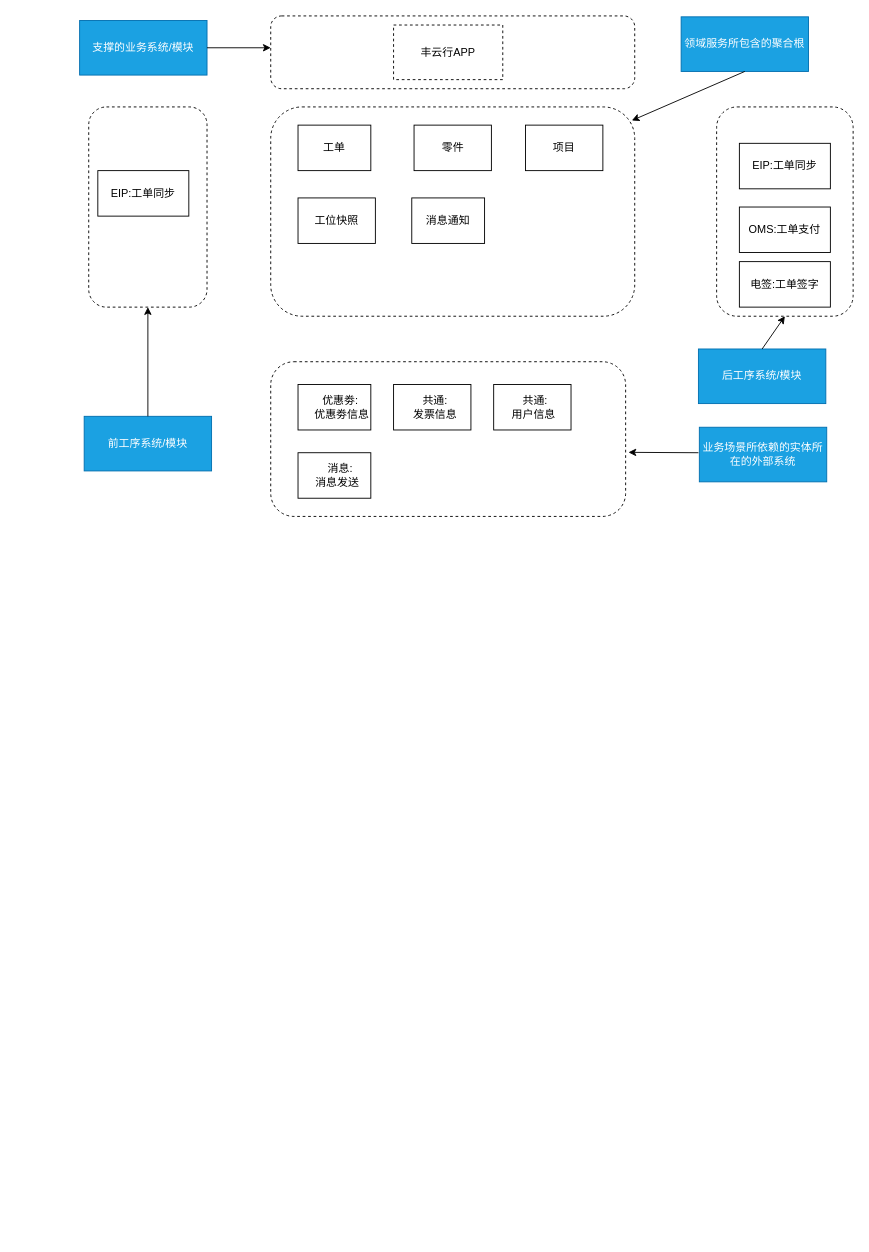
This is Untitled Diagram.drawio from chenyong88/advanced-java, a draw.io file, before an edit. Source tidied: cells renumbered, new cells numbered last; positions are measured from the earlier drawing's top-left corner, leaving out a move shared by most shapes. Both pictures are drawn from the tidied source at 91%, with x=0, y=0 at pixel (79, 15).
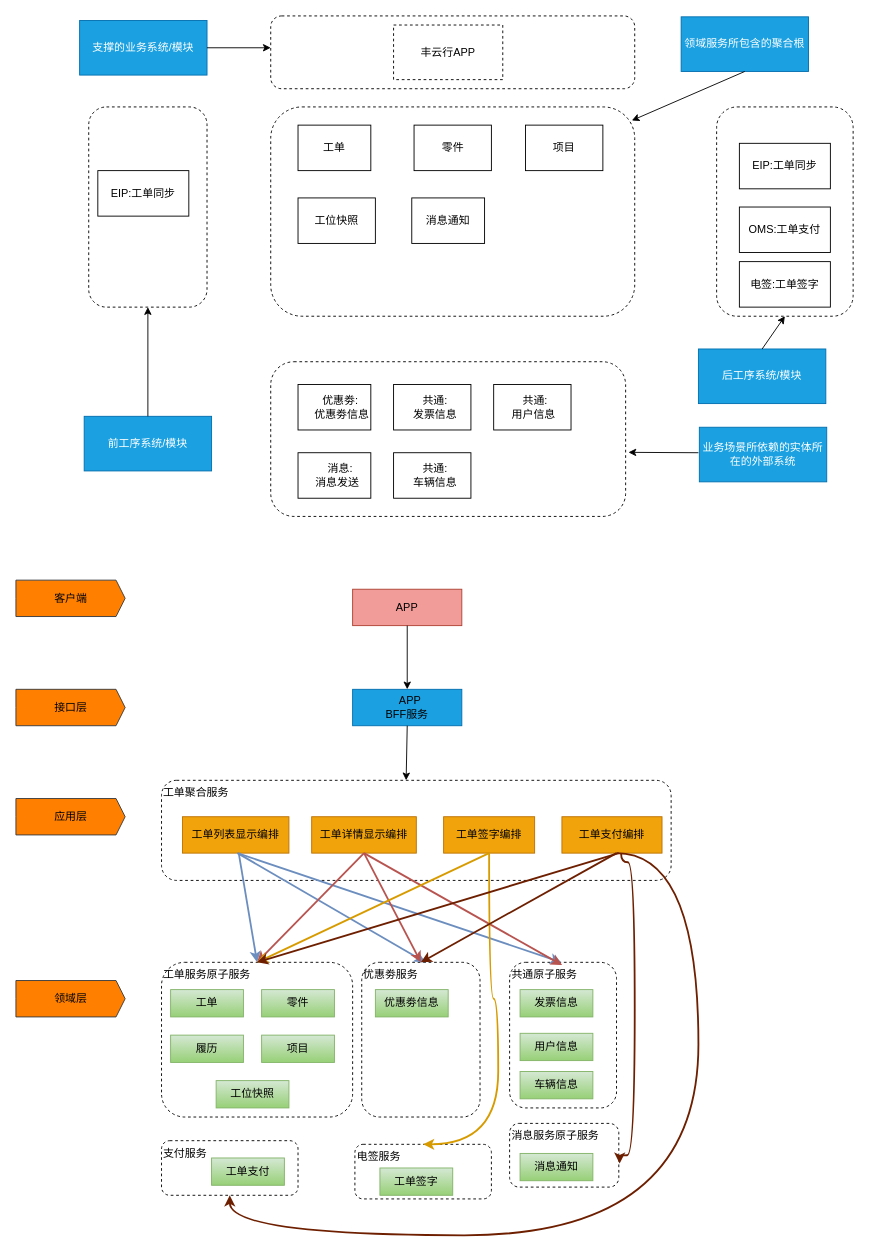
The same diagram, later.

Diff of the diagram source:
```diff
@@
+    <mxCell id="32" value="客户端" style="html=1;shadow=0;dashed=0;align=center;verticalAlign=middle;shape=mxgraph.arrows2.arrow;dy=0;dx=10;notch=0;fillColor=#FF8000;strokeColor=#36393d;" parent="1" vertex="1">
+      <mxGeometry x="-70" y="620" width="120" height="40" as="geometry" />
+    </mxCell>
+    <mxCell id="33" value="接口层" style="html=1;shadow=0;dashed=0;align=center;verticalAlign=middle;shape=mxgraph.arrows2.arrow;dy=0;dx=10;notch=0;fillColor=#FF8000;strokeColor=#36393d;" parent="1" vertex="1">
+      <mxGeometry x="-70" y="740" width="120" height="40" as="geometry" />
+    </mxCell>
+    <mxCell id="34" value="应用层" style="html=1;shadow=0;dashed=0;align=center;verticalAlign=middle;shape=mxgraph.arrows2.arrow;dy=0;dx=10;notch=0;fillColor=#FF8000;strokeColor=#36393d;" parent="1" vertex="1">
+      <mxGeometry x="-70" y="860" width="120" height="40" as="geometry" />
+    </mxCell>
+    <mxCell id="35" value="领域层" style="html=1;shadow=0;dashed=0;align=center;verticalAlign=middle;shape=mxgraph.arrows2.arrow;dy=0;dx=10;notch=0;fillColor=#FF8000;strokeColor=#36393d;" parent="1" vertex="1">
+      <mxGeometry x="-70" y="1060" width="120" height="40" as="geometry" />
+    </mxCell>
+    <mxCell id="36" value="APP" style="rounded=0;whiteSpace=wrap;html=1;fillColor=#F19C99;strokeColor=#ae4132;" parent="1" vertex="1">
+      <mxGeometry x="300" y="630" width="120" height="40" as="geometry" />
+    </mxCell>
+    <mxCell id="37" value="&lt;font color=&quot;#000000&quot;&gt;&amp;nbsp; &amp;nbsp; &amp;nbsp; &amp;nbsp; &amp;nbsp; &amp;nbsp; &amp;nbsp; &amp;nbsp;APP&amp;nbsp; &amp;nbsp; &amp;nbsp; &amp;nbsp; &amp;nbsp; &amp;nbsp; &amp;nbsp; BFF服务&lt;/font&gt;" style="rounded=0;whiteSpace=wrap;html=1;fillColor=#1ba1e2;strokeColor=#006EAF;fontColor=#ffffff;" parent="1" vertex="1">
+      <mxGeometry x="300" y="740" width="120" height="40" as="geometry" />
+    </mxCell>
+    <mxCell id="38" value="工单聚合服务" style="rounded=1;whiteSpace=wrap;html=1;fontColor=#000000;fillColor=#FFFFFF;align=left;verticalAlign=top;dashed=1;" parent="1" vertex="1">
+      <mxGeometry x="90" y="840" width="560" height="110" as="geometry" />
+    </mxCell>
+    <mxCell id="39" value="工单列表显示编排" style="rounded=0;whiteSpace=wrap;html=1;fillColor=#f0a30a;strokeColor=#BD7000;fontColor=#000000;" parent="1" vertex="1">
+      <mxGeometry x="113" y="880" width="117" height="40" as="geometry" />
+    </mxCell>
+    <mxCell id="40" value="工单服务原子服务" style="rounded=1;whiteSpace=wrap;html=1;fontColor=#000000;fillColor=#FFFFFF;align=left;verticalAlign=top;dashed=1;" parent="1" vertex="1">
+      <mxGeometry x="90" y="1040" width="210" height="170" as="geometry" />
+    </mxCell>
+    <mxCell id="41" style="endArrow=classic;html=1;rounded=0;fontColor=#000000;exitX=0.5;exitY=1;exitDx=0;exitDy=0;entryX=0.5;entryY=0;entryDx=0;entryDy=0;" parent="1" edge="1" source="36" target="37">
+      <mxGeometry relative="1" as="geometry" />
+    </mxCell>
+    <mxCell id="42" style="endArrow=classic;html=1;rounded=0;fontColor=#000000;exitX=0.5;exitY=1;exitDx=0;exitDy=0;entryX=0.48;entryY=0;entryDx=0;entryDy=0;entryPerimeter=0;" parent="1" edge="1" source="37" target="38">
+      <mxGeometry relative="1" as="geometry" />
+    </mxCell>
+    <mxCell id="43" value="工单" style="rounded=0;whiteSpace=wrap;html=1;fillColor=#d5e8d4;gradientColor=#97d077;strokeColor=#82b366;" parent="1" vertex="1">
+      <mxGeometry x="100" y="1070" width="80" height="30" as="geometry" />
+    </mxCell>
+    <mxCell id="44" value="履历" style="rounded=0;whiteSpace=wrap;html=1;fillColor=#d5e8d4;gradientColor=#97d077;strokeColor=#82b366;" parent="1" vertex="1">
+      <mxGeometry x="100" y="1120" width="80" height="30" as="geometry" />
+    </mxCell>
+    <mxCell id="45" value="零件" style="rounded=0;whiteSpace=wrap;html=1;fillColor=#d5e8d4;gradientColor=#97d077;strokeColor=#82b366;" parent="1" vertex="1">
+      <mxGeometry x="200" y="1070" width="80" height="30" as="geometry" />
+    </mxCell>
+    <mxCell id="46" value="项目" style="rounded=0;whiteSpace=wrap;html=1;fillColor=#d5e8d4;gradientColor=#97d077;strokeColor=#82b366;" parent="1" vertex="1">
+      <mxGeometry x="200" y="1120" width="80" height="30" as="geometry" />
+    </mxCell>
+    <mxCell id="47" value="工位快照" style="rounded=0;whiteSpace=wrap;html=1;fillColor=#d5e8d4;gradientColor=#97d077;strokeColor=#82b366;" parent="1" vertex="1">
+      <mxGeometry x="150" y="1170" width="80" height="30" as="geometry" />
+    </mxCell>
+    <mxCell id="48" value="消息服务原子服务" style="rounded=1;whiteSpace=wrap;html=1;fontColor=#000000;fillColor=#FFFFFF;align=left;verticalAlign=top;dashed=1;" parent="1" vertex="1">
+      <mxGeometry x="472.5" y="1217" width="120" height="70" as="geometry" />
+    </mxCell>
+    <mxCell id="49" value="消息通知" style="rounded=0;whiteSpace=wrap;html=1;fillColor=#d5e8d4;gradientColor=#97d077;strokeColor=#82b366;" parent="1" vertex="1">
+      <mxGeometry x="484" y="1250" width="80" height="30" as="geometry" />
+    </mxCell>
+    <mxCell id="50" value="优惠劵服务" style="rounded=1;whiteSpace=wrap;html=1;fontColor=#000000;fillColor=#FFFFFF;align=left;verticalAlign=top;dashed=1;" parent="1" vertex="1">
+      <mxGeometry x="310" y="1040" width="130" height="170" as="geometry" />
+    </mxCell>
+    <mxCell id="51" value="优惠劵信息" style="rounded=0;whiteSpace=wrap;html=1;fillColor=#d5e8d4;gradientColor=#97d077;strokeColor=#82b366;" parent="1" vertex="1">
+      <mxGeometry x="325" y="1070" width="80" height="30" as="geometry" />
+    </mxCell>
+    <mxCell id="52" value="共通原子服务" style="rounded=1;whiteSpace=wrap;html=1;fontColor=#000000;fillColor=#FFFFFF;align=left;verticalAlign=top;dashed=1;" parent="1" vertex="1">
+      <mxGeometry x="472.5" y="1040" width="117.5" height="160" as="geometry" />
+    </mxCell>
+    <mxCell id="53" value="发票信息" style="rounded=0;whiteSpace=wrap;html=1;fillColor=#d5e8d4;gradientColor=#97d077;strokeColor=#82b366;" parent="1" vertex="1">
+      <mxGeometry x="484" y="1070" width="80" height="30" as="geometry" />
+    </mxCell>
+    <mxCell id="54" value="用户信息" style="rounded=0;whiteSpace=wrap;html=1;fillColor=#d5e8d4;gradientColor=#97d077;strokeColor=#82b366;" parent="1" vertex="1">
+      <mxGeometry x="484" y="1118" width="80" height="30" as="geometry" />
+    </mxCell>
+    <mxCell id="55" value="支付服务" style="rounded=1;whiteSpace=wrap;html=1;fontColor=#000000;fillColor=#FFFFFF;align=left;verticalAlign=top;dashed=1;" parent="1" vertex="1">
+      <mxGeometry x="90" y="1236" width="150" height="60" as="geometry" />
+    </mxCell>
+    <mxCell id="56" value="电签服务&lt;br&gt;" style="rounded=1;whiteSpace=wrap;html=1;fontColor=#000000;fillColor=#FFFFFF;align=left;verticalAlign=top;dashed=1;" parent="1" vertex="1">
+      <mxGeometry x="302.5" y="1240" width="150" height="60" as="geometry" />
+    </mxCell>
+    <mxCell id="57" value="工单支付" style="rounded=0;whiteSpace=wrap;html=1;fillColor=#d5e8d4;gradientColor=#97d077;strokeColor=#82b366;" parent="1" vertex="1">
+      <mxGeometry x="145" y="1255" width="80" height="30" as="geometry" />
+    </mxCell>
+    <mxCell id="58" value="工单签字" style="rounded=0;whiteSpace=wrap;html=1;fillColor=#d5e8d4;gradientColor=#97d077;strokeColor=#82b366;" parent="1" vertex="1">
+      <mxGeometry x="330" y="1266" width="80" height="30" as="geometry" />
+    </mxCell>
+    <mxCell id="59" value="工单详情显示编排" style="rounded=0;whiteSpace=wrap;html=1;fillColor=#f0a30a;strokeColor=#BD7000;fontColor=#000000;" parent="1" vertex="1">
+      <mxGeometry x="255" y="880" width="115" height="40" as="geometry" />
+    </mxCell>
+    <mxCell id="60" value="工单签字编排" style="rounded=0;whiteSpace=wrap;html=1;fillColor=#f0a30a;strokeColor=#BD7000;fontColor=#000000;" parent="1" vertex="1">
+      <mxGeometry x="400" y="880" width="100" height="40" as="geometry" />
+    </mxCell>
+    <mxCell id="61" value="工单支付编排" style="rounded=0;whiteSpace=wrap;html=1;fillColor=#f0a30a;strokeColor=#BD7000;fontColor=#000000;" parent="1" vertex="1">
+      <mxGeometry x="530" y="880" width="110" height="40" as="geometry" />
+    </mxCell>
+    <mxCell id="62" style="endArrow=classic;html=1;rounded=0;fontColor=#000000;entryX=0.5;entryY=0;entryDx=0;entryDy=0;fillColor=#dae8fc;gradientColor=#7ea6e0;strokeColor=#6c8ebf;strokeWidth=2;" parent="1" edge="1" source="39" target="40">
+      <mxGeometry relative="1" as="geometry" />
+    </mxCell>
+    <mxCell id="63" style="endArrow=classic;html=1;rounded=0;fontColor=#000000;entryX=0.5;entryY=0;entryDx=0;entryDy=0;exitX=0.5;exitY=1;exitDx=0;exitDy=0;fillColor=#dae8fc;gradientColor=#7ea6e0;strokeColor=#6c8ebf;strokeWidth=2;" parent="1" edge="1">
+      <mxGeometry relative="1" as="geometry">
+        <mxPoint x="173.5" y="920" as="sourcePoint" />
+        <mxPoint x="529.2" y="1040" as="targetPoint" />
+      </mxGeometry>
+    </mxCell>
+    <mxCell id="64" style="endArrow=classic;html=1;rounded=0;fontColor=#000000;exitX=0.5;exitY=1;exitDx=0;exitDy=0;fillColor=#dae8fc;gradientColor=#7ea6e0;strokeColor=#6c8ebf;strokeWidth=2;" parent="1" edge="1">
+      <mxGeometry relative="1" as="geometry">
+        <mxPoint x="173.5" y="920" as="sourcePoint" />
+        <mxPoint x="380" y="1040" as="targetPoint" />
+      </mxGeometry>
+    </mxCell>
+    <mxCell id="65" style="endArrow=classic;html=1;rounded=0;fontColor=#000000;entryX=0.5;entryY=0;entryDx=0;entryDy=0;exitX=0.5;exitY=1;exitDx=0;exitDy=0;fillColor=#f8cecc;gradientColor=#ea6b66;strokeColor=#b85450;strokeWidth=2;" parent="1" edge="1" source="59" target="40">
+      <mxGeometry relative="1" as="geometry" />
+    </mxCell>
+    <mxCell id="66" style="endArrow=classic;html=1;rounded=0;fontColor=#000000;entryX=0.5;entryY=0;entryDx=0;entryDy=0;exitX=0.5;exitY=1;exitDx=0;exitDy=0;fillColor=#f8cecc;gradientColor=#ea6b66;strokeColor=#b85450;strokeWidth=2;" parent="1" edge="1" source="59" target="50">
+      <mxGeometry relative="1" as="geometry" />
+    </mxCell>
+    <mxCell id="67" style="endArrow=classic;html=1;rounded=0;fontColor=#000000;entryX=0.5;entryY=0;entryDx=0;entryDy=0;exitX=0.5;exitY=1;exitDx=0;exitDy=0;fillColor=#f8cecc;gradientColor=#ea6b66;strokeColor=#b85450;strokeWidth=2;" parent="1" edge="1" source="59">
+      <mxGeometry relative="1" as="geometry">
+        <mxPoint x="530.2" y="1043" as="targetPoint" />
+      </mxGeometry>
+    </mxCell>
+    <mxCell id="68" style="endArrow=classic;html=1;rounded=0;fontColor=#000000;curved=1;exitX=0.5;exitY=1;exitDx=0;exitDy=0;entryX=0.5;entryY=0;entryDx=0;entryDy=0;fillColor=#ffcd28;gradientColor=#ffa500;strokeColor=#d79b00;strokeWidth=2;" parent="1" edge="1" source="60" target="40">
+      <mxGeometry relative="1" as="geometry" />
+    </mxCell>
+    <mxCell id="69" style="endArrow=classic;html=1;rounded=0;fontColor=#000000;exitX=0.5;exitY=1;exitDx=0;exitDy=0;entryX=0.5;entryY=0;entryDx=0;entryDy=0;edgeStyle=orthogonalEdgeStyle;curved=1;fillColor=#ffcd28;gradientColor=#ffa500;strokeColor=#d79b00;strokeWidth=2;" parent="1" edge="1" source="60" target="56">
+      <mxGeometry relative="1" as="geometry">
+        <Array as="points">
+          <mxPoint x="450" y="1080" />
+          <mxPoint x="460" y="1080" />
+          <mxPoint x="460" y="1240" />
+        </Array>
+      </mxGeometry>
+    </mxCell>
+    <mxCell id="70" style="endArrow=classic;html=1;rounded=0;fontColor=#000000;curved=1;exitX=0.5;exitY=1;exitDx=0;exitDy=0;entryX=0.5;entryY=0;entryDx=0;entryDy=0;fillColor=#a0522d;strokeColor=#6D1F00;strokeWidth=2;" parent="1" edge="1" target="40">
+      <mxGeometry relative="1" as="geometry">
+        <mxPoint x="592.5" y="920" as="sourcePoint" />
+      </mxGeometry>
+    </mxCell>
+    <mxCell id="71" style="endArrow=classic;html=1;rounded=0;fontColor=#000000;curved=1;entryX=0.5;entryY=0;entryDx=0;entryDy=0;fillColor=#a0522d;strokeColor=#6D1F00;strokeWidth=2;" parent="1" edge="1" target="50">
+      <mxGeometry relative="1" as="geometry">
+        <mxPoint x="590" y="920" as="sourcePoint" />
+      </mxGeometry>
+    </mxCell>
+    <mxCell id="72" style="endArrow=classic;html=1;rounded=0;fontColor=#000000;curved=1;entryX=0.5;entryY=1;entryDx=0;entryDy=0;fillColor=#a0522d;strokeColor=#6D1F00;edgeStyle=orthogonalEdgeStyle;strokeWidth=2;" parent="1" edge="1" target="55">
+      <mxGeometry relative="1" as="geometry">
+        <mxPoint x="590" y="920" as="sourcePoint" />
+        <Array as="points">
+          <mxPoint x="680" y="920" />
+          <mxPoint x="680" y="1340" />
+          <mxPoint x="165" y="1340" />
+        </Array>
+      </mxGeometry>
+    </mxCell>
+    <mxCell id="73" style="endArrow=classic;html=1;rounded=0;fontColor=#000000;curved=1;fillColor=#a0522d;strokeColor=#6D1F00;edgeStyle=orthogonalEdgeStyle;strokeWidth=2;entryX=1.008;entryY=0.63;entryDx=0;entryDy=0;entryPerimeter=0;" parent="1" edge="1" target="48">
+      <mxGeometry relative="1" as="geometry">
+        <mxPoint x="595" y="920" as="sourcePoint" />
+        <Array as="points">
+          <mxPoint x="595" y="930" />
+          <mxPoint x="610" y="930" />
+          <mxPoint x="610" y="1252" />
+          <mxPoint x="594" y="1252" />
+        </Array>
+      </mxGeometry>
+    </mxCell>
+    <mxCell id="74" value="&amp;nbsp; &amp;nbsp; &amp;nbsp; &amp;nbsp; &amp;nbsp;共通:&amp;nbsp; &amp;nbsp; &amp;nbsp; &amp;nbsp; &amp;nbsp; 车辆信息" style="rounded=0;whiteSpace=wrap;html=1;" parent="1" vertex="1">
+      <mxGeometry x="345" y="480" width="85" height="50" as="geometry" />
+    </mxCell>
+    <mxCell id="75" value="车辆信息" style="rounded=0;whiteSpace=wrap;html=1;fillColor=#d5e8d4;gradientColor=#97d077;strokeColor=#82b366;" parent="1" vertex="1">
+      <mxGeometry x="484" y="1160" width="80" height="30" as="geometry" />
+    </mxCell>
```
